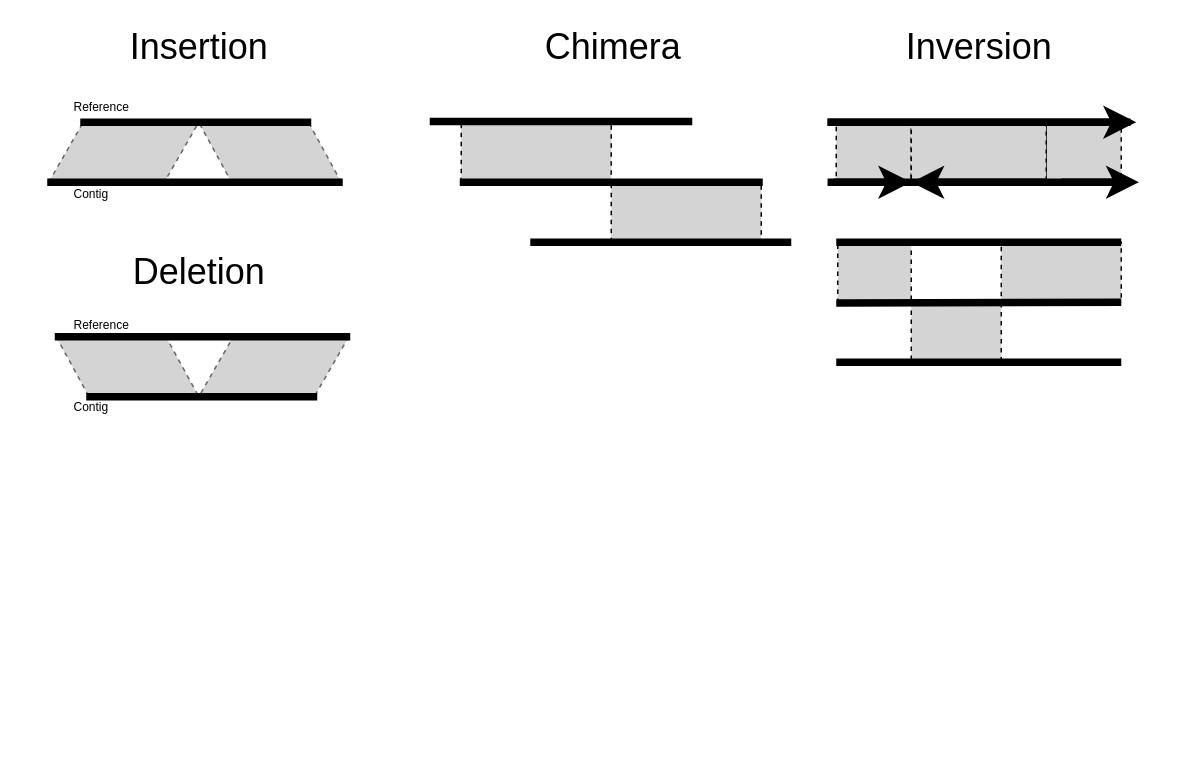
Above: docs/resources/misassembly.drawio in B-UMMI/LMAS (draw.io), before the change. Source tidied: cells renumbered, new cells numbered last; positions are measured from the earlier drawing's top-left corner, leaving out a move shared by most shapes. Both pictures are drawn from the tidied source at 150%, with x=0, y=0 at pixel (40, 32).
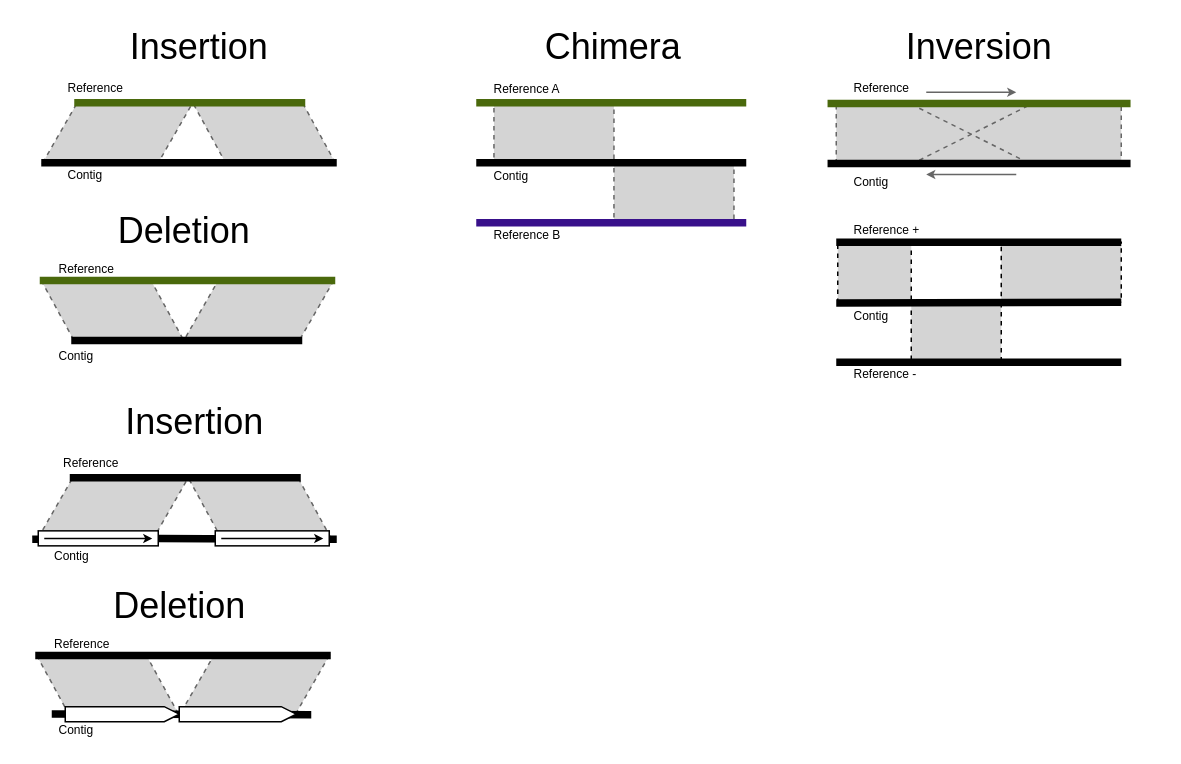
Above is the later version.

What changed in the source:
```diff
@@
+    <mxCell id="39" style="shape=parallelogram;html=1;strokeWidth=1;perimeter=parallelogramPerimeter;whiteSpace=wrap;rounded=0;arcSize=12;size=0.23;direction=west;flipV=1;strokeColor=#666666;fontColor=#333333;dashed=1;fillColor=#D4D4D4;rotation=-180;" parent="1" vertex="1">
+      <mxGeometry x="-3" y="415.5" width="95" height="40" as="geometry" />
+    </mxCell>
+    <mxCell id="40" style="shape=parallelogram;html=1;strokeWidth=1;perimeter=parallelogramPerimeter;whiteSpace=wrap;rounded=0;arcSize=12;size=0.23;dashed=1;strokeColor=#666666;fontColor=#333333;fillColor=#D4D4D4;rotation=-180;" parent="1" vertex="1">
+      <mxGeometry x="92" y="415.5" width="100" height="40" as="geometry" />
+    </mxCell>
+    <mxCell id="41" style="endArrow=none;html=1;strokeWidth=5;endFill=0;startArrow=none;startFill=0;" parent="1" edge="1">
+      <mxGeometry relative="1" as="geometry">
+        <mxPoint x="7" y="454.5" as="sourcePoint" />
+        <mxPoint x="180" y="455" as="targetPoint" />
+      </mxGeometry>
+    </mxCell>
+    <mxCell id="42" style="shape=parallelogram;html=1;strokeWidth=1;perimeter=parallelogramPerimeter;whiteSpace=wrap;rounded=0;arcSize=12;size=0.23;direction=west;flipV=1;strokeColor=#666666;fontColor=#333333;dashed=1;fillColor=#D4D4D4;" parent="1" vertex="1">
+      <mxGeometry x="98" y="297" width="95" height="40" as="geometry" />
+    </mxCell>
+    <mxCell id="43" style="shape=parallelogram;html=1;strokeWidth=1;perimeter=parallelogramPerimeter;whiteSpace=wrap;rounded=0;arcSize=12;size=0.23;dashed=1;strokeColor=#666666;fontColor=#333333;fillColor=#D4D4D4;" parent="1" vertex="1">
+      <mxGeometry x="-2" y="297" width="100" height="40" as="geometry" />
+    </mxCell>
+    <mxCell id="44" style="endArrow=none;html=1;strokeWidth=5;endFill=0;startArrow=none;startFill=0;" parent="1" edge="1" source="65">
+      <mxGeometry relative="1" as="geometry">
+        <mxPoint x="197" y="338" as="targetPoint" />
+      </mxGeometry>
+    </mxCell>
@@
-    <mxCell id="3" style="rounded=0;whiteSpace=wrap;html=1;dashed=1;fontSize=8;strokeWidth=1;fillColor=#D4D4D4;align=left;" parent="1" vertex="1">
-      <mxGeometry x="380" y="100" width="100" height="40" as="geometry" />
+    <mxCell id="3" style="rounded=0;whiteSpace=wrap;html=1;dashed=1;fontSize=8;strokeWidth=1;fillColor=#D4D4D4;align=left;strokeColor=#666666;" parent="1" vertex="1">
+      <mxGeometry x="381.8" y="87.5" width="80" height="40" as="geometry" />
     </mxCell>
-    <mxCell id="4" style="rounded=0;whiteSpace=wrap;html=1;dashed=1;fontSize=8;strokeWidth=1;fillColor=#D4D4D4;align=left;" parent="1" vertex="1">
-      <mxGeometry x="280" y="60" width="100" height="40" as="geometry" />
+    <mxCell id="4" style="rounded=0;whiteSpace=wrap;html=1;dashed=1;fontSize=8;strokeWidth=1;fillColor=#D4D4D4;align=left;strokeColor=#666666;" parent="1" vertex="1">
+      <mxGeometry x="301.8" y="47.5" width="80" height="40" as="geometry" />
     </mxCell>
@@
     <mxCell id="6" style="shape=parallelogram;html=1;strokeWidth=1;perimeter=parallelogramPerimeter;whiteSpace=wrap;rounded=0;arcSize=12;size=0.23;dashed=1;strokeColor=#666666;fontColor=#333333;fillColor=#D4D4D4;" parent="1" vertex="1">
-      <mxGeometry x="5" y="60" width="100" height="40" as="geometry" />
+      <mxGeometry x="1" y="47" width="100" height="40" as="geometry" />
     </mxCell>
-    <mxCell id="7" style="shape=parallelogram;html=1;strokeWidth=1;perimeter=parallelogramPerimeter;whiteSpace=wrap;rounded=0;arcSize=12;size=0.23;direction=west;flipV=1;strokeColor=#666666;fontColor=#333333;dashed=1;fillColor=#D4D4D4;" parent="1" vertex="1">
-      <mxGeometry x="105" y="60" width="95" height="40" as="geometry" />
+    <mxCell id="7" style="shape=parallelogram;html=1;strokeWidth=1;perimeter=parallelogramPerimeter;whiteSpace=wrap;rounded=0;arcSize=12;size=0.23;direction=west;flipV=1;fontColor=#333333;dashed=1;fillColor=#D4D4D4;strokeColor=#666666;" parent="1" vertex="1">
+      <mxGeometry x="101" y="47" width="95" height="40" as="geometry" />
     </mxCell>
-    <mxCell id="8" style="endArrow=none;html=1;strokeWidth=5;endFill=0;startArrow=none;startFill=0;targetPerimeterSpacing=1;rounded=1;" parent="1" edge="1">
+    <mxCell id="8" style="endArrow=none;html=1;strokeWidth=5;endFill=0;startArrow=none;startFill=0;targetPerimeterSpacing=1;rounded=1;strokeColor=#4a690c;" parent="1" edge="1">
       <mxGeometry relative="1" as="geometry">
-        <mxPoint x="26" y="60" as="sourcePoint" />
-        <mxPoint x="180" y="60" as="targetPoint" />
+        <mxPoint x="22" y="47" as="sourcePoint" />
+        <mxPoint x="176" y="47" as="targetPoint" />
       </mxGeometry>
     </mxCell>
     <mxCell id="9" style="endArrow=none;html=1;strokeWidth=5;endFill=0;startArrow=none;startFill=0;" parent="1" edge="1">
       <mxGeometry relative="1" as="geometry">
-        <mxPoint x="4" y="100" as="sourcePoint" />
-        <mxPoint x="201" y="100" as="targetPoint" />
+        <mxPoint y="87" as="sourcePoint" />
+        <mxPoint x="197" y="87" as="targetPoint" />
       </mxGeometry>
     </mxCell>
     <mxCell id="10" value="Reference" style="text;html=1;strokeColor=none;fillColor=none;align=left;verticalAlign=middle;whiteSpace=wrap;rounded=0;dashed=1;fontSize=8;" parent="1" vertex="1">
-      <mxGeometry x="20" y="45" width="47.5" height="10" as="geometry" />
+      <mxGeometry x="16" y="32" width="47.5" height="10" as="geometry" />
     </mxCell>
     <mxCell id="11" value="Contig" style="text;html=1;strokeColor=none;fillColor=none;align=left;verticalAlign=middle;whiteSpace=wrap;rounded=0;dashed=1;fontSize=8;" parent="1" vertex="1">
-      <mxGeometry x="20" y="103" width="30" height="10" as="geometry" />
+      <mxGeometry x="16" y="90" width="30" height="10" as="geometry" />
     </mxCell>
     <mxCell id="12" value="&lt;font style=&quot;font-size: 24px&quot;&gt;Deletion&lt;/font&gt;" style="text;html=1;strokeColor=none;fillColor=none;align=center;verticalAlign=middle;whiteSpace=wrap;rounded=0;" parent="1" vertex="1">
-      <mxGeometry x="43.8" y="150" width="122.5" height="20" as="geometry" />
+      <mxGeometry x="33.8" y="123" width="122.5" height="20" as="geometry" />
     </mxCell>
     <mxCell id="13" style="group;rotation=-180;align=left;" parent="1" vertex="1">
-      <mxGeometry y="190" width="230" height="68" as="geometry" />
+      <mxGeometry x="-10" y="152.5" width="230" height="68" as="geometry" />
     </mxCell>
@@
-    <mxCell id="16" style="endArrow=none;html=1;strokeWidth=5;endFill=0;startArrow=none;startFill=0;" parent="13" edge="1">
+    <mxCell id="16" style="endArrow=none;html=1;strokeWidth=5;endFill=0;startArrow=none;startFill=0;strokeColor=#4A690C;" parent="13" edge="1">
       <mxGeometry relative="1" as="geometry">
         <mxPoint x="9" y="13" as="sourcePoint" />
         <mxPoint x="206" y="13" as="targetPoint" />
       </mxGeometry>
     </mxCell>
@@
     <mxCell id="19" value="Contig" style="text;html=1;strokeColor=none;fillColor=none;align=left;verticalAlign=middle;whiteSpace=wrap;rounded=0;dashed=1;fontSize=8;" parent="13" vertex="1">
-      <mxGeometry x="20" y="55" width="33.8" height="10" as="geometry" />
+      <mxGeometry x="20" y="58" width="33.8" height="10" as="geometry" />
     </mxCell>
@@
     <mxCell id="21" style="endArrow=none;html=1;strokeWidth=5;endFill=0;startArrow=none;startFill=0;" parent="1" edge="1">
       <mxGeometry relative="1" as="geometry">
-        <mxPoint x="279" y="100" as="sourcePoint" />
-        <mxPoint x="481" y="100" as="targetPoint" />
+        <mxPoint x="290" y="87" as="sourcePoint" />
+        <mxPoint x="470" y="87" as="targetPoint" />
       </mxGeometry>
     </mxCell>
-    <mxCell id="22" style="endArrow=none;html=1;strokeWidth=5;endFill=0;startArrow=none;startFill=0;targetPerimeterSpacing=1;rounded=1;" parent="1" edge="1">
+    <mxCell id="22" style="endArrow=none;html=1;strokeWidth=5;endFill=0;startArrow=none;startFill=0;targetPerimeterSpacing=1;rounded=1;strokeColor=#4A690C;" parent="1" edge="1">
       <mxGeometry relative="1" as="geometry">
-        <mxPoint x="259" y="59.5" as="sourcePoint" />
-        <mxPoint x="434" y="59.5" as="targetPoint" />
+        <mxPoint x="290" y="47" as="sourcePoint" />
+        <mxPoint x="470" y="47" as="targetPoint" />
       </mxGeometry>
     </mxCell>
-    <mxCell id="23" style="endArrow=none;html=1;strokeWidth=5;endFill=0;startArrow=none;startFill=0;targetPerimeterSpacing=1;rounded=1;" parent="1" edge="1">
+    <mxCell id="23" style="endArrow=none;html=1;strokeWidth=5;endFill=0;startArrow=none;startFill=0;targetPerimeterSpacing=1;rounded=1;strokeColor=#38108A;" parent="1" edge="1">
       <mxGeometry relative="1" as="geometry">
-        <mxPoint x="326" y="140" as="sourcePoint" />
-        <mxPoint x="500" y="140" as="targetPoint" />
+        <mxPoint x="290" y="127" as="sourcePoint" />
+        <mxPoint x="470" y="127" as="targetPoint" />
       </mxGeometry>
     </mxCell>
@@
-    <mxCell id="25" style="rounded=0;whiteSpace=wrap;html=1;dashed=1;fontSize=8;strokeWidth=1;fillColor=#D4D4D4;align=left;" parent="1" vertex="1">
-      <mxGeometry x="530" y="60" width="50" height="40" as="geometry" />
+    <mxCell id="25" style="rounded=0;whiteSpace=wrap;html=1;dashed=1;fontSize=8;strokeWidth=1;fillColor=#D4D4D4;align=left;strokeColor=#666666;" parent="1" vertex="1">
+      <mxGeometry x="530" y="47.5" width="190" height="40" as="geometry" />
     </mxCell>
-    <mxCell id="26" style="rounded=0;whiteSpace=wrap;html=1;dashed=1;fontSize=8;strokeWidth=1;fillColor=#D4D4D4;align=left;" parent="1" vertex="1">
-      <mxGeometry x="670" y="60" width="50" height="40" as="geometry" />
-    </mxCell>
-    <mxCell id="27" style="rounded=0;whiteSpace=wrap;html=1;dashed=1;fontSize=8;strokeWidth=1;fillColor=#D4D4D4;align=left;" parent="1" vertex="1">
-      <mxGeometry x="580" y="60" width="90" height="40" as="geometry" />
-    </mxCell>
-    <mxCell id="28" style="endArrow=none;html=1;strokeWidth=5;endFill=0;startArrow=none;startFill=0;" parent="1" edge="1">
-      <mxGeometry relative="1" as="geometry">
-        <mxPoint x="524.2" y="60" as="sourcePoint" />
-        <mxPoint x="726.2" y="60" as="targetPoint" />
-      </mxGeometry>
-    </mxCell>
-    <mxCell id="29" style="endArrow=none;html=1;strokeWidth=5;endFill=0;startArrow=none;startFill=0;" parent="1" edge="1">
-      <mxGeometry relative="1" as="geometry">
-        <mxPoint x="524.2" y="100" as="sourcePoint" />
-        <mxPoint x="726.2" y="100" as="targetPoint" />
-      </mxGeometry>
-    </mxCell>
-    <mxCell id="30" style="endArrow=classic;html=1;strokeWidth=5;endFill=1;startArrow=none;startFill=0;" parent="1" edge="1">
-      <mxGeometry relative="1" as="geometry">
-        <mxPoint x="524.2" y="60" as="sourcePoint" />
-        <mxPoint x="730" y="60" as="targetPoint" />
-      </mxGeometry>
-    </mxCell>
-    <mxCell id="31" style="endArrow=classic;html=1;strokeWidth=5;endFill=1;startArrow=none;startFill=0;" parent="1" edge="1">
-      <mxGeometry relative="1" as="geometry">
-        <mxPoint x="528.2" y="100" as="sourcePoint" />
-        <mxPoint x="580" y="100" as="targetPoint" />
-      </mxGeometry>
-    </mxCell>
-    <mxCell id="32" style="endArrow=classic;html=1;strokeWidth=5;endFill=1;startArrow=none;startFill=0;" parent="1" edge="1">
-      <mxGeometry relative="1" as="geometry">
-        <mxPoint x="680" y="100" as="sourcePoint" />
-        <mxPoint x="731.8" y="100" as="targetPoint" />
-      </mxGeometry>
-    </mxCell>
-    <mxCell id="33" style="endArrow=classic;html=1;strokeWidth=5;endFill=1;startArrow=none;startFill=0;" parent="1" edge="1">
-      <mxGeometry relative="1" as="geometry">
-        <mxPoint x="670" y="100" as="sourcePoint" />
-        <mxPoint x="580" y="100" as="targetPoint" />
-      </mxGeometry>
-    </mxCell>
@@
+    <mxCell id="45" value="Contig" style="text;html=1;strokeColor=none;fillColor=none;align=left;verticalAlign=middle;whiteSpace=wrap;rounded=0;dashed=1;fontSize=8;" parent="1" vertex="1">
+      <mxGeometry x="300" y="91" width="33.8" height="10" as="geometry" />
+    </mxCell>
+    <mxCell id="46" value="Reference A" style="text;html=1;strokeColor=none;fillColor=none;align=left;verticalAlign=middle;whiteSpace=wrap;rounded=0;dashed=1;fontSize=8;" parent="1" vertex="1">
+      <mxGeometry x="300" y="33" width="57.5" height="10" as="geometry" />
+    </mxCell>
+    <mxCell id="47" value="Reference B" style="text;html=1;strokeColor=none;fillColor=none;align=left;verticalAlign=middle;whiteSpace=wrap;rounded=0;dashed=1;fontSize=8;" parent="1" vertex="1">
+      <mxGeometry x="300" y="130" width="57.5" height="10" as="geometry" />
+    </mxCell>
+    <mxCell id="48" value="Reference +" style="text;html=1;strokeColor=none;fillColor=none;align=left;verticalAlign=middle;whiteSpace=wrap;rounded=0;dashed=1;fontSize=8;" parent="1" vertex="1">
+      <mxGeometry x="540" y="127" width="57.5" height="10" as="geometry" />
+    </mxCell>
+    <mxCell id="49" value="Reference -" style="text;html=1;strokeColor=none;fillColor=none;align=left;verticalAlign=middle;whiteSpace=wrap;rounded=0;dashed=1;fontSize=8;" parent="1" vertex="1">
+      <mxGeometry x="540" y="223" width="57.5" height="10" as="geometry" />
+    </mxCell>
+    <mxCell id="50" value="Contig" style="text;html=1;strokeColor=none;fillColor=none;align=left;verticalAlign=middle;whiteSpace=wrap;rounded=0;dashed=1;fontSize=8;" parent="1" vertex="1">
+      <mxGeometry x="540" y="184" width="33.8" height="10" as="geometry" />
+    </mxCell>
+    <mxCell id="51" value="Reference" style="text;html=1;strokeColor=none;fillColor=none;align=left;verticalAlign=middle;whiteSpace=wrap;rounded=0;dashed=1;fontSize=8;" parent="1" vertex="1">
+      <mxGeometry x="540" y="32" width="40" height="10" as="geometry" />
+    </mxCell>
+    <mxCell id="52" style="endArrow=none;html=1;strokeWidth=5;endFill=0;startArrow=none;startFill=0;" parent="1" edge="1">
+      <mxGeometry relative="1" as="geometry">
+        <mxPoint x="580" y="87.8" as="sourcePoint" />
+        <mxPoint x="580" y="87.8" as="targetPoint" />
+      </mxGeometry>
+    </mxCell>
+    <mxCell id="53" value="Contig" style="text;html=1;strokeColor=none;fillColor=none;align=left;verticalAlign=middle;whiteSpace=wrap;rounded=0;dashed=1;fontSize=8;" parent="1" vertex="1">
+      <mxGeometry x="540" y="95" width="33.8" height="10" as="geometry" />
+    </mxCell>
+    <mxCell id="54" value="&lt;font style=&quot;font-size: 24px&quot;&gt;Insertion&lt;/font&gt;" style="text;html=1;strokeColor=none;fillColor=none;align=center;verticalAlign=middle;whiteSpace=wrap;rounded=0;" parent="1" vertex="1">
+      <mxGeometry x="40.8" y="250" width="122.5" height="20" as="geometry" />
+    </mxCell>
+    <mxCell id="55" style="endArrow=none;html=1;strokeWidth=5;endFill=0;startArrow=none;startFill=0;targetPerimeterSpacing=1;rounded=1;" parent="1" edge="1">
+      <mxGeometry relative="1" as="geometry">
+        <mxPoint x="19" y="297" as="sourcePoint" />
+        <mxPoint x="173" y="297" as="targetPoint" />
+      </mxGeometry>
+    </mxCell>
+    <mxCell id="56" value="Reference" style="text;html=1;strokeColor=none;fillColor=none;align=left;verticalAlign=middle;whiteSpace=wrap;rounded=0;dashed=1;fontSize=8;" parent="1" vertex="1">
+      <mxGeometry x="13" y="282" width="47.5" height="10" as="geometry" />
+    </mxCell>
+    <mxCell id="57" value="Contig" style="text;html=1;strokeColor=none;fillColor=none;align=left;verticalAlign=middle;whiteSpace=wrap;rounded=0;dashed=1;fontSize=8;" parent="1" vertex="1">
+      <mxGeometry x="7" y="344" width="30" height="10" as="geometry" />
+    </mxCell>
+    <mxCell id="58" value="&lt;font style=&quot;font-size: 24px&quot;&gt;Deletion&lt;/font&gt;" style="text;html=1;strokeColor=none;fillColor=none;align=center;verticalAlign=middle;whiteSpace=wrap;rounded=0;" parent="1" vertex="1">
+      <mxGeometry x="30.8" y="373" width="122.5" height="20" as="geometry" />
+    </mxCell>
+    <mxCell id="59" style="endArrow=none;html=1;strokeWidth=5;endFill=0;startArrow=none;startFill=0;" parent="1" edge="1">
+      <mxGeometry relative="1" as="geometry">
+        <mxPoint x="-4" y="415.5" as="sourcePoint" />
+        <mxPoint x="193" y="415.5" as="targetPoint" />
+      </mxGeometry>
+    </mxCell>
+    <mxCell id="60" value="Reference" style="text;html=1;strokeColor=none;fillColor=none;align=left;verticalAlign=middle;whiteSpace=wrap;rounded=0;dashed=1;fontSize=8;" parent="1" vertex="1">
+      <mxGeometry x="7" y="402.5" width="40" height="10" as="geometry" />
+    </mxCell>
+    <mxCell id="61" value="Contig" style="text;html=1;strokeColor=none;fillColor=none;align=left;verticalAlign=middle;whiteSpace=wrap;rounded=0;dashed=1;fontSize=8;" parent="1" vertex="1">
+      <mxGeometry x="10.1" y="459.6" width="33.8" height="10" as="geometry" />
+    </mxCell>
+    <mxCell id="62" style="html=1;shadow=0;dashed=0;align=center;verticalAlign=middle;shape=mxgraph.arrows2.arrow;dy=0;dx=10;notch=0;" parent="1" vertex="1">
+      <mxGeometry x="16" y="449.6" width="76" height="10" as="geometry" />
+    </mxCell>
+    <mxCell id="63" style="html=1;shadow=0;dashed=0;align=center;verticalAlign=middle;shape=mxgraph.arrows2.arrow;dy=0;dx=10;notch=0;" parent="1" vertex="1">
+      <mxGeometry x="92" y="449.6" width="78" height="10" as="geometry" />
+    </mxCell>
+    <mxCell id="64" style="endArrow=none;html=1;strokeWidth=5;endFill=0;startArrow=none;startFill=0;" parent="1" edge="1" source="62" target="63">
+      <mxGeometry relative="1" as="geometry" />
+    </mxCell>
+    <mxCell id="65" style="rounded=0;whiteSpace=wrap;html=1;" parent="1" vertex="1">
+      <mxGeometry x="-2" y="332.4" width="80" height="10" as="geometry" />
+    </mxCell>
+    <mxCell id="66" style="endArrow=none;html=1;strokeWidth=5;endFill=0;startArrow=none;startFill=0;" parent="1" edge="1" target="65">
+      <mxGeometry relative="1" as="geometry">
+        <mxPoint x="-6" y="338" as="sourcePoint" />
+      </mxGeometry>
+    </mxCell>
+    <mxCell id="67" style="endArrow=classic;html=1;entryX=0.9;entryY=0.46;entryDx=0;entryDy=0;entryPerimeter=0;endFill=1;endSize=3;" parent="1" edge="1">
+      <mxGeometry relative="1" as="geometry">
+        <mxPoint x="2" y="337.5" as="sourcePoint" />
+        <mxPoint x="74" y="337.5" as="targetPoint" />
+      </mxGeometry>
+    </mxCell>
+    <mxCell id="68" style="rounded=0;whiteSpace=wrap;html=1;" parent="1" vertex="1">
+      <mxGeometry x="116" y="332.4" width="76" height="10" as="geometry" />
+    </mxCell>
+    <mxCell id="69" style="endArrow=classic;html=1;entryX=0.9;entryY=0.46;entryDx=0;entryDy=0;entryPerimeter=0;endFill=1;endSize=3;" parent="1" edge="1">
+      <mxGeometry relative="1" as="geometry">
+        <mxPoint x="120" y="337.5" as="sourcePoint" />
+        <mxPoint x="188" y="337.5" as="targetPoint" />
+      </mxGeometry>
+    </mxCell>
+    <mxCell id="70" style="endArrow=none;dashed=1;html=1;endSize=3;strokeColor=#666666;" parent="1" edge="1">
+      <mxGeometry relative="1" as="geometry">
+        <mxPoint x="580" y="88" as="sourcePoint" />
+        <mxPoint x="660" y="48" as="targetPoint" />
+      </mxGeometry>
+    </mxCell>
+    <mxCell id="71" style="endArrow=none;dashed=1;html=1;endSize=3;strokeColor=#666666;" parent="1" edge="1">
+      <mxGeometry relative="1" as="geometry">
+        <mxPoint x="580" y="48" as="sourcePoint" />
+        <mxPoint x="660" y="88" as="targetPoint" />
+      </mxGeometry>
+    </mxCell>
+    <mxCell id="72" style="endArrow=none;html=1;strokeWidth=5;endFill=0;startArrow=none;startFill=0;" parent="1" edge="1">
+      <mxGeometry relative="1" as="geometry">
+        <mxPoint x="524.2" y="87.5" as="sourcePoint" />
+        <mxPoint x="726.2" y="87.5" as="targetPoint" />
+      </mxGeometry>
+    </mxCell>
+    <mxCell id="28" style="endArrow=none;html=1;strokeWidth=5;endFill=0;startArrow=none;startFill=0;strokeColor=#4A690C;" parent="1" edge="1">
+      <mxGeometry relative="1" as="geometry">
+        <mxPoint x="524.2" y="47.5" as="sourcePoint" />
+        <mxPoint x="726.2" y="47.5" as="targetPoint" />
+      </mxGeometry>
+    </mxCell>
+    <mxCell id="73" style="endArrow=classic;html=1;endSize=3;strokeColor=#666666;" parent="1" edge="1">
+      <mxGeometry relative="1" as="geometry">
+        <mxPoint x="590" y="40" as="sourcePoint" />
+        <mxPoint x="650" y="40" as="targetPoint" />
+      </mxGeometry>
+    </mxCell>
+    <mxCell id="74" style="endArrow=classic;html=1;endSize=3;strokeColor=#666666;" parent="1" edge="1">
+      <mxGeometry relative="1" as="geometry">
+        <mxPoint x="650" y="94.8" as="sourcePoint" />
+        <mxPoint x="590" y="94.8" as="targetPoint" />
+      </mxGeometry>
+    </mxCell>
```
